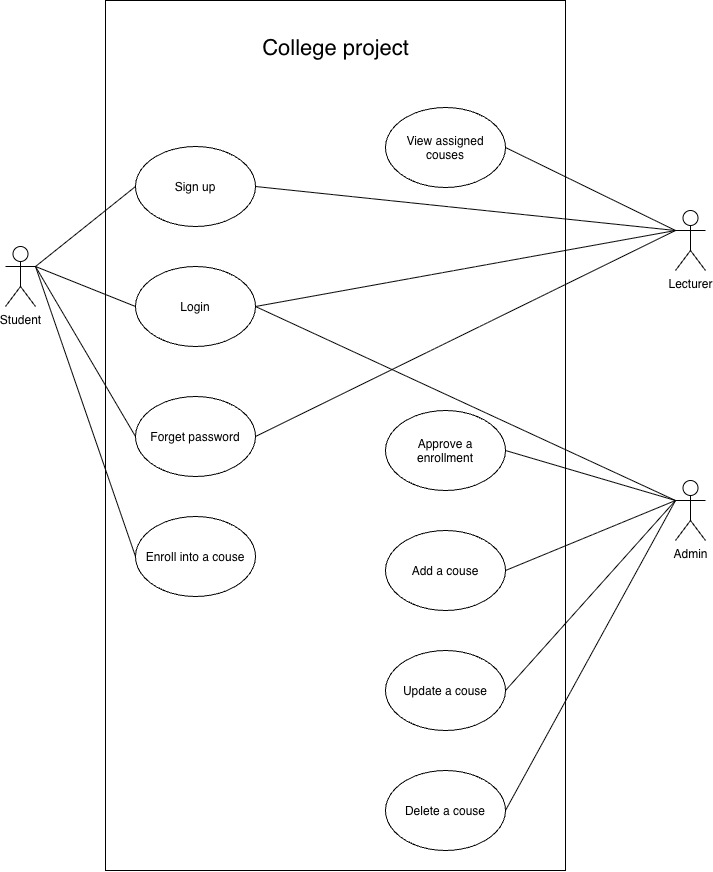
The draw.io diagram Week5/Activity 1/College project User Case Diagram.drawio.png in willtbing/Yoobee_MSE800, before a commit. Source tidied: cells renumbered, new cells last; positions are measured from the earlier drawing's top-left corner, leaving out a move shared by most shapes.
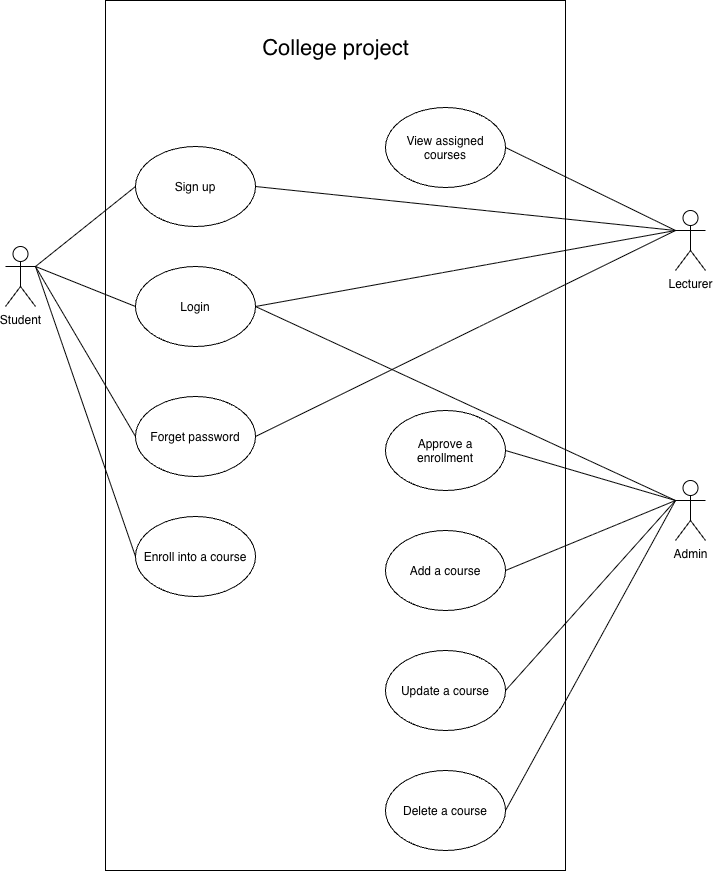
Above is the later version.

The edit, as a diff of the source:
```diff
@@ -11,19 +11,19 @@
     <mxCell id="4" value="Login" style="ellipse;whiteSpace=wrap;html=1;shapeInside=1;" parent="1" vertex="1">
       <mxGeometry x="130" y="266" width="120" height="80" as="geometry" />
     </mxCell>
-    <mxCell id="5" value="Enroll into a couse" style="ellipse;whiteSpace=wrap;html=1;shapeInside=1;" parent="1" vertex="1">
+    <mxCell id="5" value="Enroll into a course" style="ellipse;whiteSpace=wrap;html=1;shapeInside=1;" parent="1" vertex="1">
       <mxGeometry x="130" y="516" width="120" height="80" as="geometry" />
     </mxCell>
     <mxCell id="6" value="Forget password" style="ellipse;whiteSpace=wrap;html=1;shapeInside=1;" parent="1" vertex="1">
       <mxGeometry x="130" y="396" width="120" height="80" as="geometry" />
     </mxCell>
-    <mxCell id="7" value="Add a couse" style="ellipse;whiteSpace=wrap;html=1;shapeInside=1;" parent="1" vertex="1">
+    <mxCell id="7" value="Add a course" style="ellipse;whiteSpace=wrap;html=1;shapeInside=1;" parent="1" vertex="1">
       <mxGeometry x="380" y="530" width="120" height="80" as="geometry" />
     </mxCell>
-    <mxCell id="8" value="Update a couse" style="ellipse;whiteSpace=wrap;html=1;shapeInside=1;" parent="1" vertex="1">
+    <mxCell id="8" value="Update a course" style="ellipse;whiteSpace=wrap;html=1;shapeInside=1;" parent="1" vertex="1">
       <mxGeometry x="380" y="650" width="120" height="80" as="geometry" />
     </mxCell>
-    <mxCell id="9" value="Delete a couse" style="ellipse;whiteSpace=wrap;html=1;shapeInside=1;" parent="1" vertex="1">
+    <mxCell id="9" value="Delete a course" style="ellipse;whiteSpace=wrap;html=1;shapeInside=1;" parent="1" vertex="1">
       <mxGeometry x="380" y="770" width="120" height="80" as="geometry" />
     </mxCell>
     <mxCell id="10" value="&lt;span&gt;&lt;font style=&quot;font-size: 22px;&quot;&gt;College project&lt;/font&gt;&lt;/span&gt;" style="text;html=1;whiteSpace=wrap;strokeColor=none;fillColor=none;align=center;verticalAlign=middle;rounded=0;" parent="1" vertex="1">
@@ -77,7 +77,7 @@
     <mxCell id="26" style="endArrow=none;html=1;rounded=0;entryX=0;entryY=0.3333333333333333;entryDx=0;entryDy=0;entryPerimeter=0;exitX=1;exitY=0.5;exitDx=0;exitDy=0;" parent="1" edge="1" source="25" target="20">
       <mxGeometry relative="1" as="geometry" />
     </mxCell>
-    <mxCell id="27" value="View assigned couses" style="ellipse;whiteSpace=wrap;html=1;shapeInside=1;" parent="1" vertex="1">
+    <mxCell id="27" value="View assigned courses" style="ellipse;whiteSpace=wrap;html=1;shapeInside=1;" parent="1" vertex="1">
       <mxGeometry x="380" y="107" width="120" height="80" as="geometry" />
     </mxCell>
     <mxCell id="28" style="endArrow=none;html=1;rounded=0;exitX=0;exitY=0.3333333333333333;exitDx=0;exitDy=0;exitPerimeter=0;entryX=1;entryY=0.5;entryDx=0;entryDy=0;" parent="1" edge="1" source="16" target="27">
```
